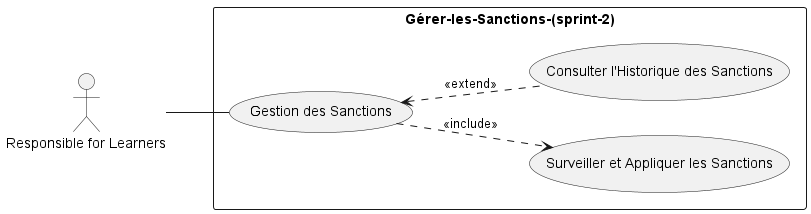
Earlier version of the PlantUML export out/Functional Branch/Use Case/Use-Case-Sprint2/Use-Case-Sprint2.png (Tribak-Ayoub/Project-fil-rouge).
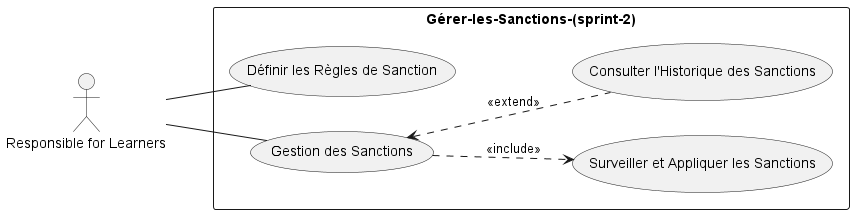
The same file after the commit.

Commit message:
update use case and class diagram

The edit, as a diff of the source:
```diff
@@ -3,6 +3,7 @@
 actor "Responsible for Learners" as Admin
 
 rectangle Gérer-les-Sanctions-(sprint-2) {
+  usecase "Définir les Règles de Sanction" as UC1
   usecase "Surveiller et Appliquer les Sanctions" as UC2
   usecase "Consulter l'Historique des Sanctions" as UC4
   usecase "Gestion des Sanctions" as UC5
@@ -10,6 +11,7 @@
 
 
 Admin -- UC5
+Admin -- UC1
 
 UC5 <.. UC4 : <<extend>>
 UC5 ..> UC2 : <<include>>
```
